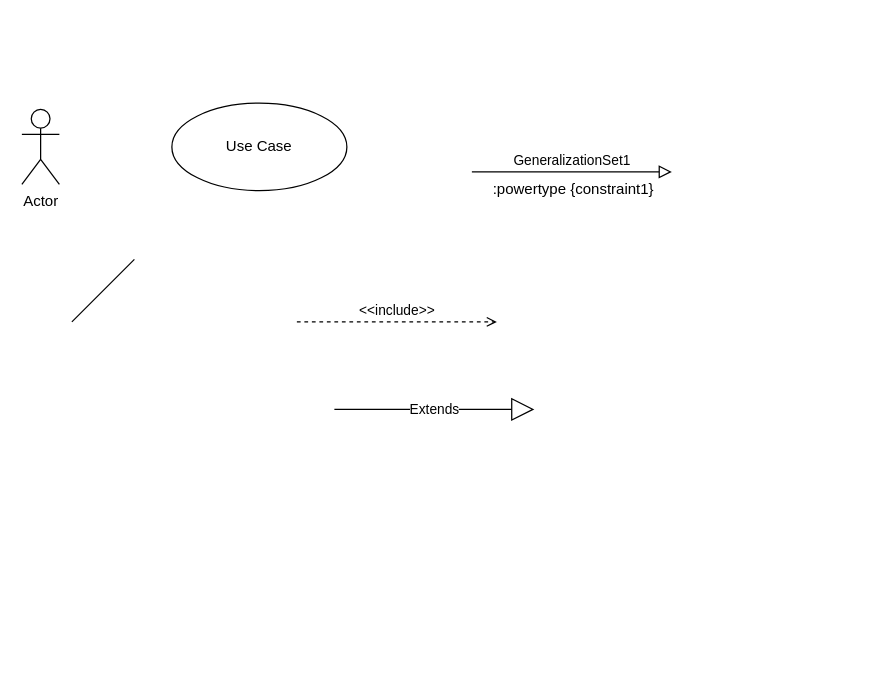
The draw.io diagram Diagrama sem nome.drawio in AlisonMMoreira/asia-ads, before the edit. Source tidied: cells renumbered, new cells numbered last; positions are measured from the earlier drawing's top-left corner, leaving out a move shared by most shapes. Both pictures are drawn from the tidied source at 125%, with x=0, y=0 at pixel (21, 102).
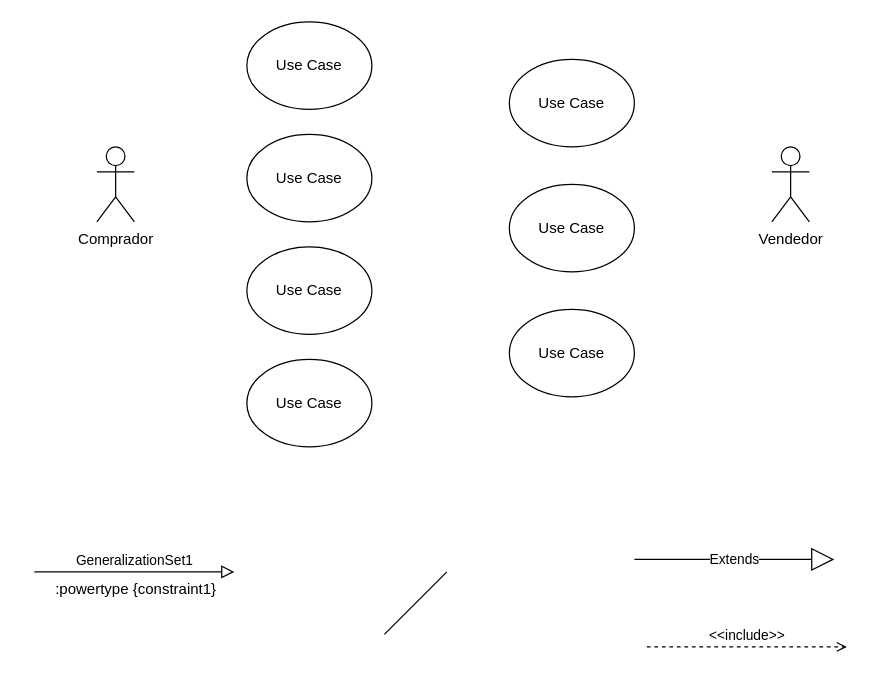
After the change.

Diff of the diagram source:
```diff
@@
 <mxGraphModel>
   <root>
     <mxCell id="0" />
     <mxCell id="1" parent="0" />
-    <mxCell id="2" value="Actor" style="shape=umlActor;verticalLabelPosition=bottom;verticalAlign=top;html=1;" parent="1" vertex="1">
-      <mxGeometry y="5" width="30" height="60" as="geometry" />
+    <mxCell id="2" value="Comprador" style="shape=umlActor;verticalLabelPosition=bottom;verticalAlign=top;html=1;" parent="1" vertex="1">
+      <mxGeometry x="60" y="35" width="30" height="60" as="geometry" />
     </mxCell>
     <mxCell id="3" value="Use Case" style="ellipse;whiteSpace=wrap;html=1;" parent="1" vertex="1">
-      <mxGeometry x="120" width="140" height="70" as="geometry" />
+      <mxGeometry x="180" y="-65" width="100" height="70" as="geometry" />
     </mxCell>
     <mxCell id="4" style="endArrow=none;html=1;rounded=0;" parent="1" edge="1">
       <mxGeometry relative="1" as="geometry">
-        <mxPoint x="40" y="175" as="sourcePoint" />
-        <mxPoint x="90" y="125" as="targetPoint" />
+        <mxPoint x="290" y="425" as="sourcePoint" />
+        <mxPoint x="340" y="375" as="targetPoint" />
       </mxGeometry>
     </mxCell>
     <mxCell id="5" value="&amp;lt;&amp;lt;include&amp;gt;&amp;gt;" style="html=1;verticalAlign=bottom;labelBackgroundColor=none;endArrow=open;endFill=0;dashed=1;rounded=0;" parent="1" edge="1">
       <mxGeometry relative="1" as="geometry">
-        <mxPoint x="220" y="175" as="sourcePoint" />
-        <mxPoint x="380" y="175" as="targetPoint" />
+        <mxPoint x="500" y="435" as="sourcePoint" />
+        <mxPoint x="660" y="435" as="targetPoint" />
       </mxGeometry>
     </mxCell>
     <mxCell id="6" value="Extends" style="endArrow=block;endSize=16;endFill=0;html=1;rounded=0;" parent="1" edge="1">
       <mxGeometry relative="1" as="geometry">
-        <mxPoint x="250" y="245" as="sourcePoint" />
-        <mxPoint x="410" y="245" as="targetPoint" />
+        <mxPoint x="490" y="365" as="sourcePoint" />
+        <mxPoint x="650" y="365" as="targetPoint" />
       </mxGeometry>
     </mxCell>
     <mxCell id="7" value="GeneralizationSet1" style="endArrow=block;html=1;rounded=0;align=center;verticalAlign=bottom;endFill=0;labelBackgroundColor=none;endSize=8;" parent="1" edge="1">
       <mxGeometry relative="1" as="geometry">
-        <mxPoint x="360" y="55" as="sourcePoint" />
-        <mxPoint x="520" y="55" as="targetPoint" />
+        <mxPoint x="10" y="375" as="sourcePoint" />
+        <mxPoint x="170" y="375" as="targetPoint" />
       </mxGeometry>
     </mxCell>
     <mxCell id="8" value=":powertype {constraint1}" style="html=1;align=center;verticalAlign=top;labelBackgroundColor=none;" parent="7" vertex="1">
       <mxGeometry relative="1" as="geometry" />
     </mxCell>
+    <mxCell id="9" value="Vendedor" style="shape=umlActor;verticalLabelPosition=bottom;verticalAlign=top;html=1;" parent="1" vertex="1">
+      <mxGeometry x="600" y="35" width="30" height="60" as="geometry" />
+    </mxCell>
+    <mxCell id="10" value="Use Case" style="ellipse;whiteSpace=wrap;html=1;" parent="1" vertex="1">
+      <mxGeometry x="180" y="205" width="100" height="70" as="geometry" />
+    </mxCell>
+    <mxCell id="11" value="Use Case" style="ellipse;whiteSpace=wrap;html=1;" parent="1" vertex="1">
+      <mxGeometry x="180" y="115" width="100" height="70" as="geometry" />
+    </mxCell>
+    <mxCell id="12" value="Use Case" style="ellipse;whiteSpace=wrap;html=1;" parent="1" vertex="1">
+      <mxGeometry x="180" y="25" width="100" height="70" as="geometry" />
+    </mxCell>
+    <mxCell id="13" value="Use Case" style="ellipse;whiteSpace=wrap;html=1;" parent="1" vertex="1">
+      <mxGeometry x="390" y="-35" width="100" height="70" as="geometry" />
+    </mxCell>
+    <mxCell id="14" value="Use Case" style="ellipse;whiteSpace=wrap;html=1;" parent="1" vertex="1">
+      <mxGeometry x="390" y="65" width="100" height="70" as="geometry" />
+    </mxCell>
+    <mxCell id="15" value="Use Case" style="ellipse;whiteSpace=wrap;html=1;" parent="1" vertex="1">
+      <mxGeometry x="390" y="165" width="100" height="70" as="geometry" />
+    </mxCell>
   </root>
 </mxGraphModel>
```
